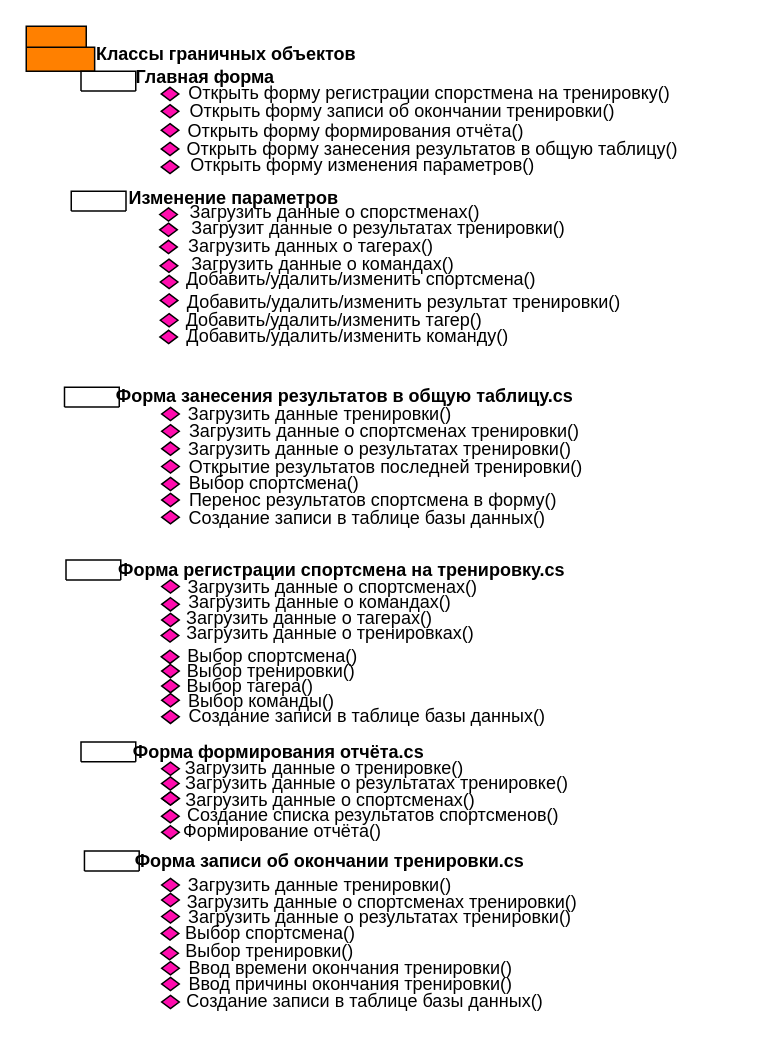
Before: Решения/Часть 3. Схемы/Классы граничных объектов.drawio in VentoAureo12/Projecting-n-Design, a draw.io diagram. Source tidied: cells renumbered, new cells numbered last; positions are measured from the earlier drawing's top-left corner, leaving out a move shared by most shapes. Both pictures are drawn from the tidied source at 150%, with x=0, y=0 at pixel (26, 26).
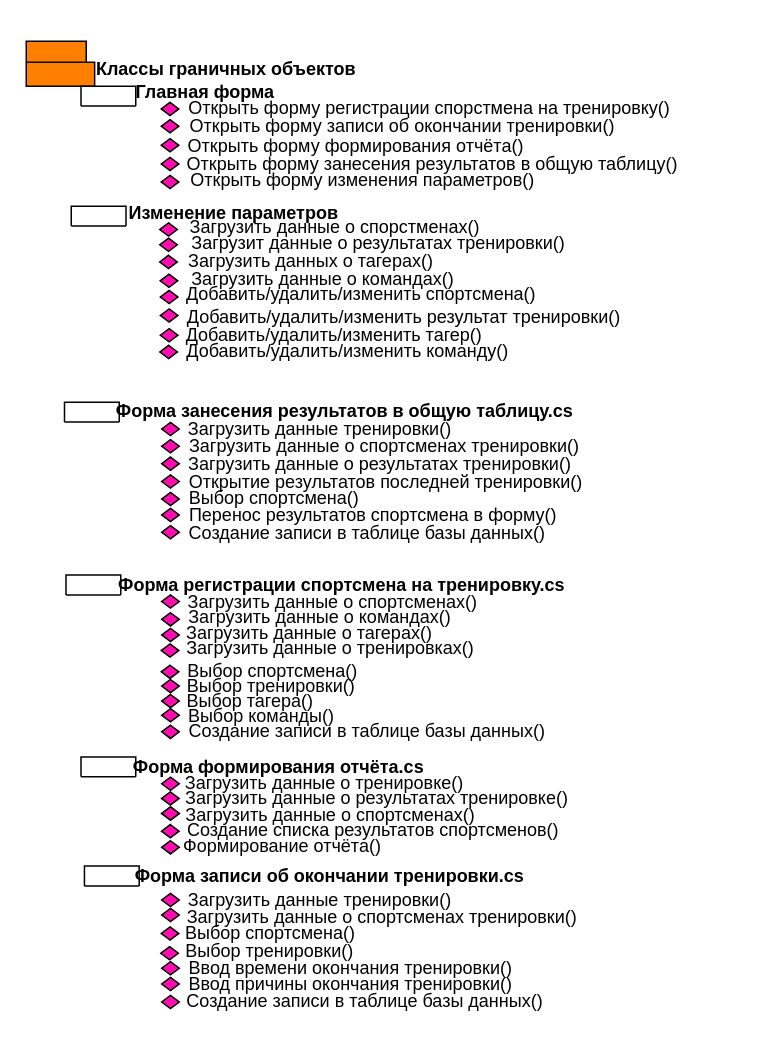
The same diagram, later.

Diff of the diagram source:
```diff
@@
     <mxCell id="2" style="group;" parent="1" vertex="1">
-      <mxGeometry y="10" width="483.9" height="612.4" as="geometry" />
+      <mxGeometry y="20" width="483.9" height="612.4" as="geometry" />
     </mxCell>
@@
-    <mxCell id="52" value="Загрузить данные о результатах тренировки()" style="text;html=1;strokeColor=none;fillColor=none;align=center;verticalAlign=middle;whiteSpace=wrap;rounded=0;" parent="2" vertex="1">
-      <mxGeometry x="101.7" y="579.1" width="268.3" height="9.4" as="geometry" />
-    </mxCell>
     <mxCell id="53" value="Выбор спортсмена()" style="text;html=1;strokeColor=none;fillColor=none;align=center;verticalAlign=middle;whiteSpace=wrap;rounded=0;" parent="2" vertex="1">
-      <mxGeometry x="103.5" y="590.4" width="119.9" height="9.4" as="geometry" />
+      <mxGeometry x="103.5" y="580.4" width="119.9" height="9.4" as="geometry" />
     </mxCell>
@@
-    <mxCell id="77" style="rhombus;whiteSpace=wrap;html=1;fillColor=#FF0DAE;" parent="2" vertex="1">
-      <mxGeometry x="90.3" y="579.1" width="11.7" height="8.8" as="geometry" />
-    </mxCell>
     <mxCell id="78" style="rhombus;whiteSpace=wrap;html=1;fillColor=#FF0DAE;" parent="2" vertex="1">
-      <mxGeometry x="90" y="590.4" width="11.7" height="8.8" as="geometry" />
+      <mxGeometry x="90" y="580.4" width="11.7" height="8.8" as="geometry" />
     </mxCell>
     <mxCell id="79" value="Выбор тренировки()" style="text;html=1;strokeColor=none;fillColor=none;align=center;verticalAlign=middle;whiteSpace=wrap;rounded=0;" parent="2" vertex="1">
-      <mxGeometry x="104" y="602" width="116.6" height="9.4" as="geometry" />
+      <mxGeometry x="104" y="592" width="116.6" height="9.4" as="geometry" />
     </mxCell>
     <mxCell id="80" style="rhombus;whiteSpace=wrap;html=1;fillColor=#FF0DAE;" parent="2" vertex="1">
-      <mxGeometry x="89.7" y="603.6" width="11.7" height="8.8" as="geometry" />
+      <mxGeometry x="89.7" y="593.6" width="11.7" height="8.8" as="geometry" />
     </mxCell>
@@
     <mxCell id="95" style="rhombus;whiteSpace=wrap;html=1;fillColor=#FF0DAE;" parent="1" vertex="1">
-      <mxGeometry x="90.3" y="510.4" width="11.7" height="8.8" as="geometry" />
+      <mxGeometry x="90.3" y="520.4" width="11.7" height="8.8" as="geometry" />
     </mxCell>
     <mxCell id="96" style="rhombus;whiteSpace=wrap;html=1;fillColor=#FF0DAE;" parent="1" vertex="1">
-      <mxGeometry x="90.3" y="578.1" width="11.7" height="8.8" as="geometry" />
+      <mxGeometry x="90.3" y="588.1" width="11.7" height="8.8" as="geometry" />
     </mxCell>
     <mxCell id="97" value="Загрузить данные о спортсменах тренировки()" style="text;html=1;strokeColor=none;fillColor=none;align=center;verticalAlign=middle;whiteSpace=wrap;rounded=0;" parent="1" vertex="1">
-      <mxGeometry x="99" y="579.7" width="276.6" height="9.4" as="geometry" />
+      <mxGeometry x="99" y="589.7" width="276.6" height="9.4" as="geometry" />
     </mxCell>
```
